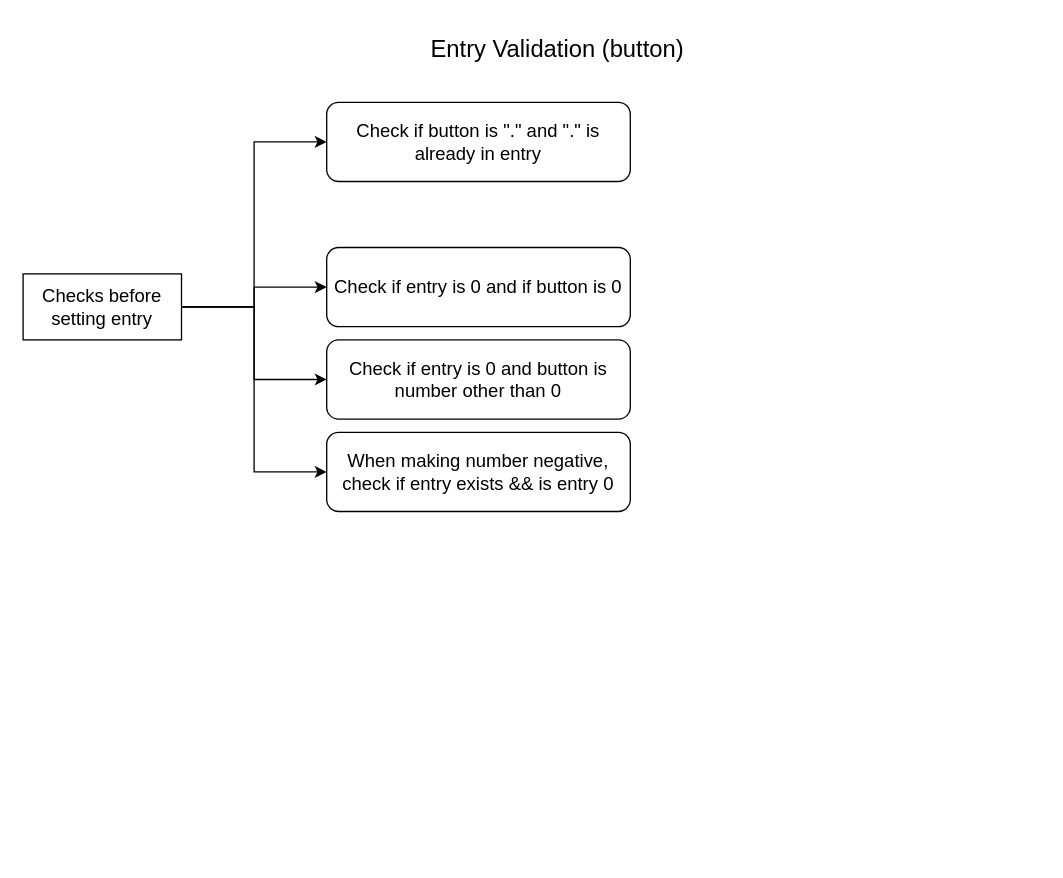
This is Reactive-Calculator-Diagram.drawio from Joeseff6/Reactive-Calculator, a draw.io file, before an edit. Source tidied: cells renumbered, new cells numbered last; positions are measured from the earlier drawing's top-left corner, leaving out a move shared by most shapes. Both pictures are drawn from the tidied source at 132%, with x=0, y=0 at pixel (22, 22).
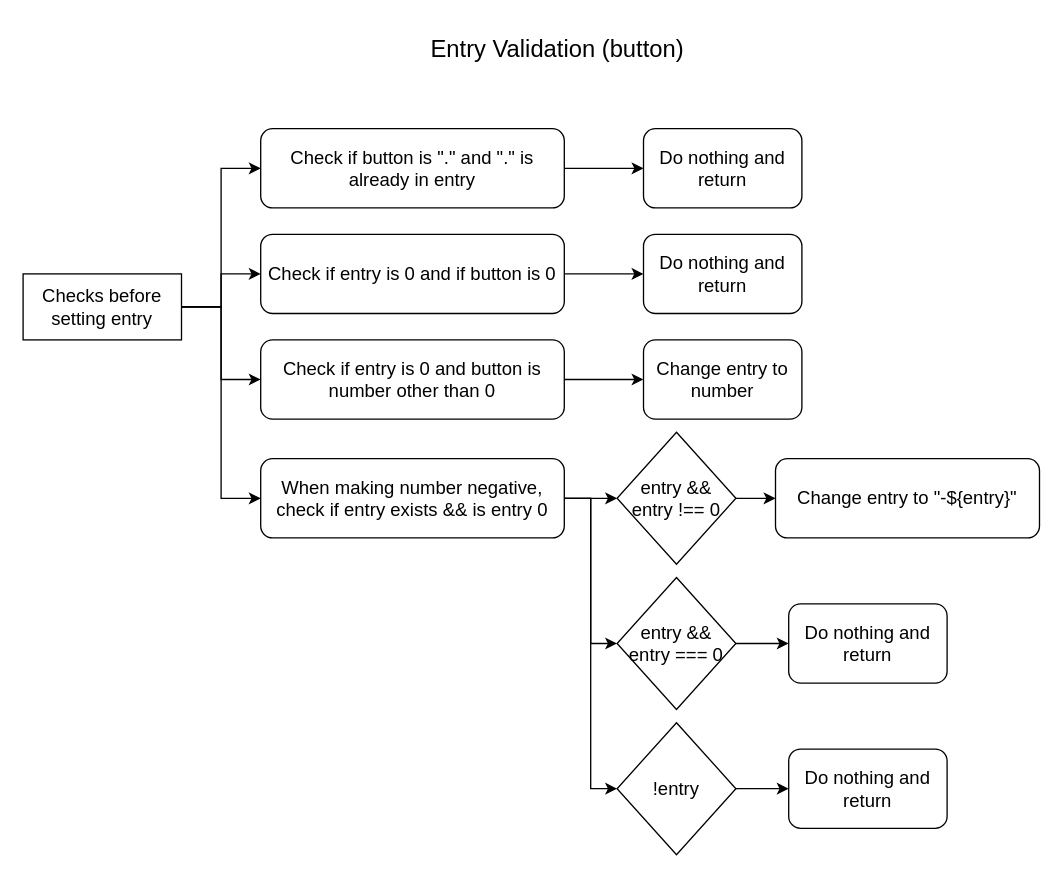
After the change.

Commit message:
Added actions for checks

Diff of the diagram source:
```diff
@@
+    <mxCell id="12" style="edgeStyle=orthogonalEdgeStyle;rounded=0;jettySize=auto;html=1;exitX=1;exitY=0.5;exitDx=0;exitDy=0;entryX=0;entryY=0.5;entryDx=0;entryDy=0;fontSize=14;" parent="1" edge="1" source="8" target="15">
+      <mxGeometry relative="1" as="geometry" />
+    </mxCell>
     <mxCell id="8" value="Check if entry is 0 and if button is 0" style="rounded=1;whiteSpace=wrap;html=1;fontSize=14;" parent="1" vertex="1">
-      <mxGeometry x="230" y="170" width="230" height="60" as="geometry" />
+      <mxGeometry x="180" y="160" width="230" height="60" as="geometry" />
     </mxCell>
+    <mxCell id="13" style="edgeStyle=orthogonalEdgeStyle;rounded=0;jettySize=auto;html=1;fontSize=14;" parent="1" edge="1" source="9" target="14">
+      <mxGeometry relative="1" as="geometry" />
+    </mxCell>
     <mxCell id="9" value="Check if button is &quot;.&quot; and &quot;.&quot; is already in entry" style="rounded=1;whiteSpace=wrap;html=1;fontSize=14;" parent="1" vertex="1">
-      <mxGeometry x="230" y="60" width="230" height="60" as="geometry" />
+      <mxGeometry x="180" y="80" width="230" height="60" as="geometry" />
     </mxCell>
+    <mxCell id="14" value="Do nothing and return" style="rounded=1;whiteSpace=wrap;html=1;fontSize=14;" parent="1" vertex="1">
+      <mxGeometry x="470" y="80" width="120" height="60" as="geometry" />
+    </mxCell>
+    <mxCell id="15" value="Do nothing and return" style="rounded=1;whiteSpace=wrap;html=1;fontSize=14;" parent="1" vertex="1">
+      <mxGeometry x="470" y="160" width="120" height="60" as="geometry" />
+    </mxCell>
+    <mxCell id="16" value="Change entry to number" style="rounded=1;whiteSpace=wrap;html=1;fontSize=14;" parent="1" vertex="1">
+      <mxGeometry x="470" y="240" width="120" height="60" as="geometry" />
+    </mxCell>
+    <mxCell id="17" style="edgeStyle=orthogonalEdgeStyle;rounded=0;jettySize=auto;html=1;exitX=1;exitY=0.5;exitDx=0;exitDy=0;entryX=0;entryY=0.5;entryDx=0;entryDy=0;fontSize=14;" parent="1" edge="1" source="18" target="25">
+      <mxGeometry relative="1" as="geometry" />
+    </mxCell>
+    <mxCell id="18" value="entry &amp;amp;&amp;amp; entry !== 0" style="rhombus;whiteSpace=wrap;html=1;fontSize=14;" parent="1" vertex="1">
+      <mxGeometry x="450" y="310" width="90" height="100" as="geometry" />
+    </mxCell>
+    <mxCell id="19" style="edgeStyle=orthogonalEdgeStyle;rounded=0;jettySize=auto;html=1;exitX=1;exitY=0.5;exitDx=0;exitDy=0;entryX=0;entryY=0.5;entryDx=0;entryDy=0;fontSize=14;" parent="1" edge="1" source="10" target="18">
+      <mxGeometry relative="1" as="geometry" />
+    </mxCell>
+    <mxCell id="20" style="edgeStyle=orthogonalEdgeStyle;rounded=0;jettySize=auto;html=1;exitX=1;exitY=0.5;exitDx=0;exitDy=0;entryX=0;entryY=0.5;entryDx=0;entryDy=0;fontSize=14;" parent="1" edge="1" source="10" target="24">
+      <mxGeometry relative="1" as="geometry" />
+    </mxCell>
+    <mxCell id="21" style="edgeStyle=orthogonalEdgeStyle;rounded=0;jettySize=auto;html=1;exitX=1;exitY=0.5;exitDx=0;exitDy=0;entryX=0;entryY=0.5;entryDx=0;entryDy=0;fontSize=14;" parent="1" edge="1" source="10" target="28">
+      <mxGeometry relative="1" as="geometry" />
+    </mxCell>
     <mxCell id="10" value="When making number negative, check if entry exists &amp;amp;&amp;amp; is entry 0" style="rounded=1;whiteSpace=wrap;html=1;fontSize=14;" parent="1" vertex="1">
-      <mxGeometry x="230" y="310" width="230" height="60" as="geometry" />
+      <mxGeometry x="180" y="330" width="230" height="60" as="geometry" />
     </mxCell>
+    <mxCell id="22" style="edgeStyle=orthogonalEdgeStyle;rounded=0;jettySize=auto;html=1;exitX=1;exitY=0.5;exitDx=0;exitDy=0;fontSize=14;" parent="1" edge="1" source="11" target="16">
+      <mxGeometry relative="1" as="geometry" />
+    </mxCell>
     <mxCell id="11" value="Check if entry is 0 and button is number other than 0" style="rounded=1;whiteSpace=wrap;html=1;fontSize=14;" parent="1" vertex="1">
-      <mxGeometry x="230" y="240" width="230" height="60" as="geometry" />
+      <mxGeometry x="180" y="240" width="230" height="60" as="geometry" />
     </mxCell>
+    <mxCell id="23" style="edgeStyle=orthogonalEdgeStyle;rounded=0;jettySize=auto;html=1;exitX=1;exitY=0.5;exitDx=0;exitDy=0;fontSize=14;" parent="1" edge="1" source="24" target="26">
+      <mxGeometry relative="1" as="geometry" />
+    </mxCell>
+    <mxCell id="24" value="entry &amp;amp;&amp;amp; entry === 0" style="rhombus;whiteSpace=wrap;html=1;fontSize=14;" parent="1" vertex="1">
+      <mxGeometry x="450" y="420" width="90" height="100" as="geometry" />
+    </mxCell>
+    <mxCell id="25" value="Change entry to &quot;-${entry}&quot;" style="rounded=1;whiteSpace=wrap;html=1;fontSize=14;" parent="1" vertex="1">
+      <mxGeometry x="570" y="330" width="200" height="60" as="geometry" />
+    </mxCell>
+    <mxCell id="26" value="Do nothing and return" style="rounded=1;whiteSpace=wrap;html=1;fontSize=14;" parent="1" vertex="1">
+      <mxGeometry x="580" y="440" width="120" height="60" as="geometry" />
+    </mxCell>
+    <mxCell id="27" style="edgeStyle=orthogonalEdgeStyle;rounded=0;jettySize=auto;html=1;exitX=1;exitY=0.5;exitDx=0;exitDy=0;entryX=0;entryY=0.5;entryDx=0;entryDy=0;fontSize=14;" parent="1" edge="1" source="28" target="29">
+      <mxGeometry relative="1" as="geometry" />
+    </mxCell>
+    <mxCell id="28" value="!entry" style="rhombus;whiteSpace=wrap;html=1;fontSize=14;" parent="1" vertex="1">
+      <mxGeometry x="450" y="530" width="90" height="100" as="geometry" />
+    </mxCell>
+    <mxCell id="29" value="Do nothing and return" style="rounded=1;whiteSpace=wrap;html=1;fontSize=14;" parent="1" vertex="1">
+      <mxGeometry x="580" y="550" width="120" height="60" as="geometry" />
+    </mxCell>
```
